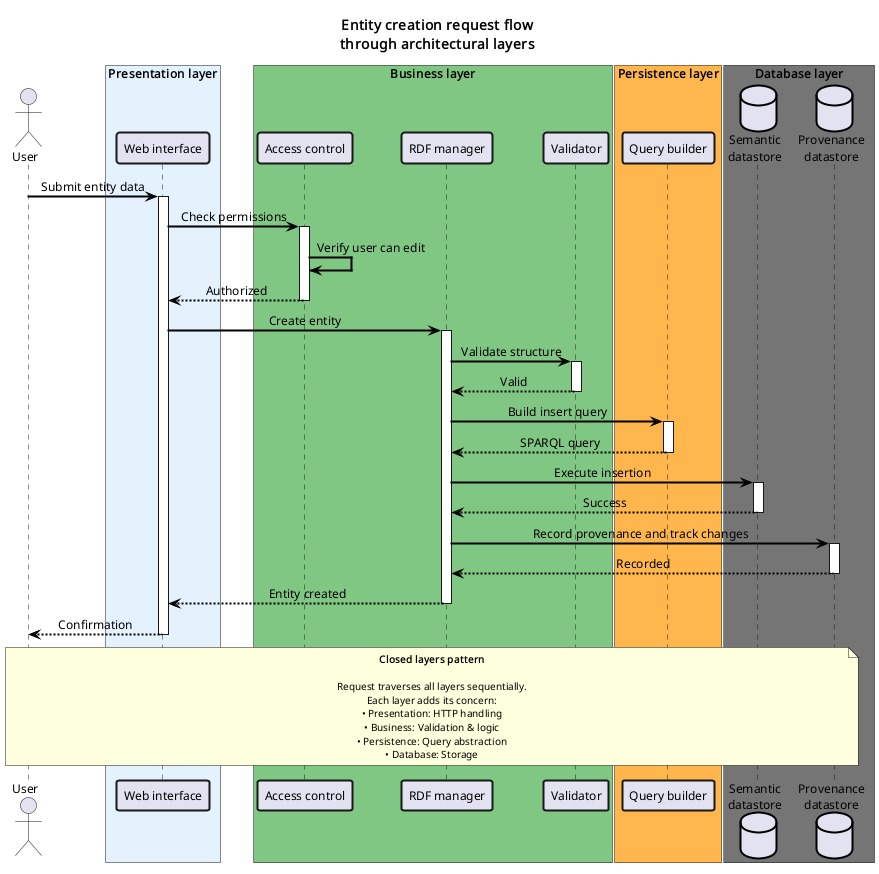
Above: docs/architecture/diagrams/output/request-flow.png in opencitations/heritrace (PlantUML), before the change. Its diagram source:
```plantuml
@startuml request-flow
skinparamlocked scale 2
!include style.iuml

title Entity creation request flow\nthrough architectural layers

actor User
box "Presentation layer" LAYER1
    participant "Web interface" as UI
end box

box "Business layer" LAYER2
    participant "Access control" as Access
    participant "RDF manager" as RDF
    participant "Validator" as Valid
end box

box "Persistence layer" LAYER3
    participant "Query builder" as Query
end box

box "Database layer" LAYER4
    database "Semantic\ndatastore" as DB
    database "Provenance\ndatastore" as Prov
end box

User -> UI : Submit entity data
activate UI

UI -> Access : Check permissions
activate Access
Access -> Access : Verify user can edit
Access --> UI : Authorized
deactivate Access

UI -> RDF : Create entity
activate RDF

RDF -> Valid : Validate structure
activate Valid
Valid --> RDF : Valid
deactivate Valid

RDF -> Query : Build insert query
activate Query
Query --> RDF : SPARQL query
deactivate Query

RDF -> DB : Execute insertion
activate DB
DB --> RDF : Success
deactivate DB

RDF -> Prov : Record provenance and track changes
activate Prov
Prov --> RDF : Recorded
deactivate Prov

RDF --> UI : Entity created
deactivate RDF

UI --> User : Confirmation
deactivate UI

note over User, Prov
  **Closed layers pattern**

  Request traverses all layers sequentially.
  Each layer adds its concern:
  • Presentation: HTTP handling
  • Business: Validation & logic
  • Persistence: Query abstraction
  • Database: Storage
end note

@enduml
```
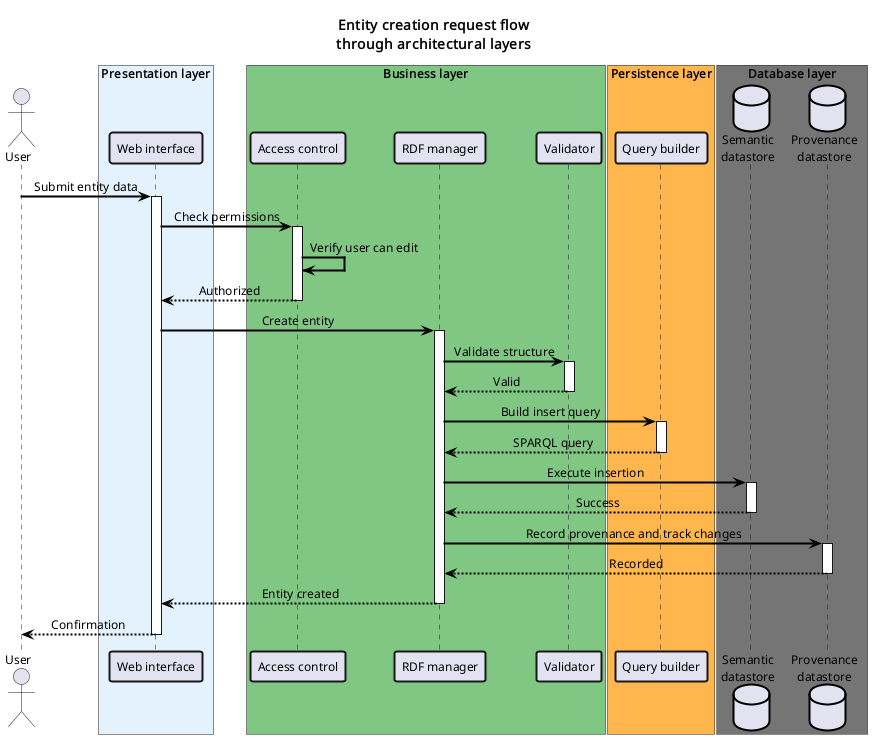
After the change.

Commit message:
refactor(architecture): remove explanatory note from request flow diagram

Remove the "Closed layers pattern" explanatory note from the sequence diagram to improve visual clarity and reduce clutter. The layered architecture pattern is already evident from the diagram structure itself.

What changed in the source:
```diff
@@ -62,15 +62,4 @@
 UI --> User : Confirmation
 deactivate UI
 
-note over User, Prov
-  **Closed layers pattern**
-
-  Request traverses all layers sequentially.
-  Each layer adds its concern:
-  • Presentation: HTTP handling
-  • Business: Validation & logic
-  • Persistence: Query abstraction
-  • Database: Storage
-end note
-
 @enduml
```
